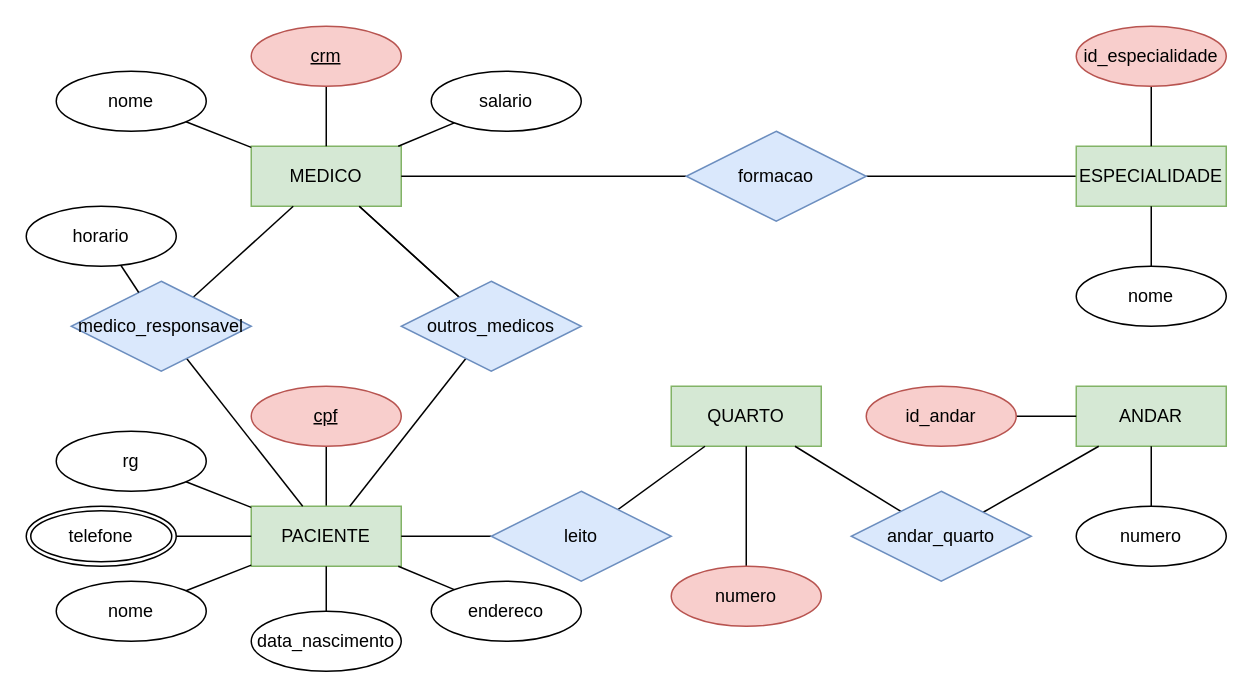
This is ac1-minimundo-clinica.drawio from AristoEinstein/db-fundamentals, a draw.io file, before an edit. Source tidied: cells renumbered, new cells numbered last; positions are measured from the earlier drawing's top-left corner, leaving out a move shared by most shapes. Both pictures are drawn from the tidied source at 150%, with x=0, y=0 at pixel (26, 26).
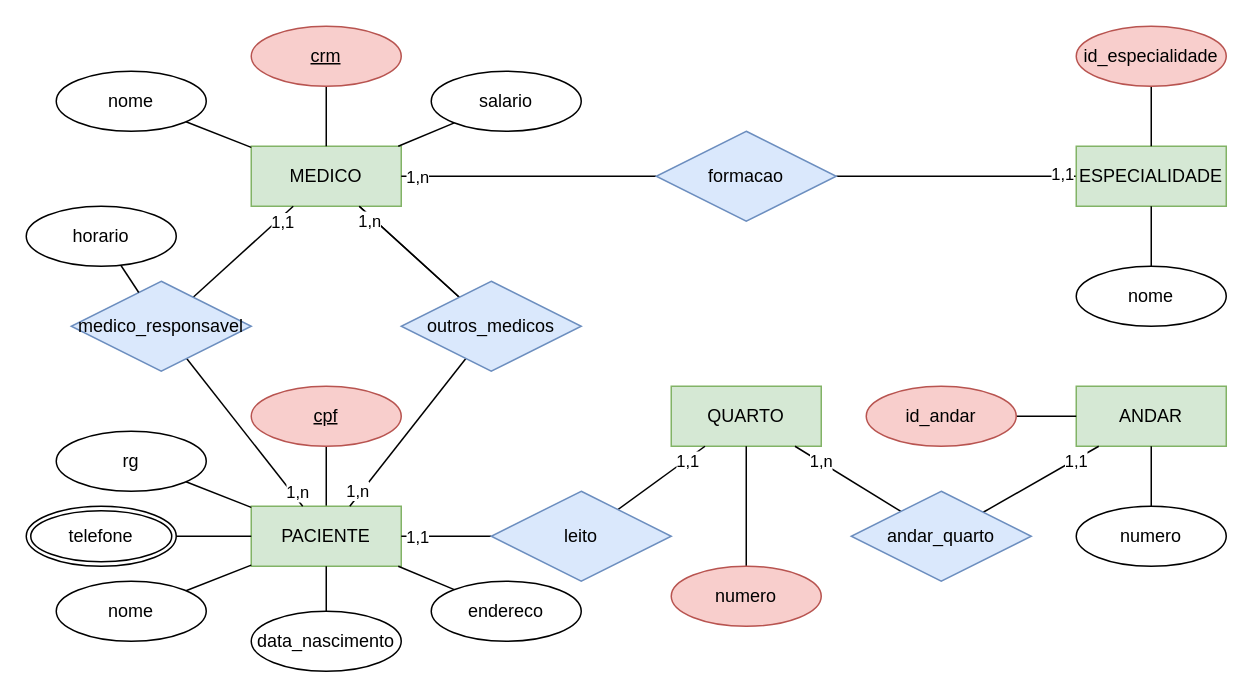
The same diagram, later.

Commit message:
NÃO ALTERO MAIS ISSO.drawio

The change refers to these unchanged cells:
```xml
<mxCell id="2" value="MEDICO" style="whiteSpace=wrap;html=1;align=center;fillColor=#d5e8d4;strokeColor=#82b366;" parent="1" vertex="1">
  <mxGeometry x="150" y="80" width="100" height="40" as="geometry" />
</mxCell>
<mxCell id="19" style="edgeStyle=none;rounded=0;jettySize=auto;html=1;startArrow=none;startFill=0;endArrow=none;endFill=0;" parent="1" edge="1" source="20" target="25">
  <mxGeometry relative="1" as="geometry" />
</mxCell>
<mxCell id="26" style="edgeStyle=none;rounded=0;jettySize=auto;html=1;startArrow=none;startFill=0;endArrow=none;endFill=0;" parent="1" edge="1" source="28" target="4">
  <mxGeometry relative="1" as="geometry" />
</mxCell>
<mxCell id="27" style="edgeStyle=none;rounded=0;jettySize=auto;html=1;startArrow=none;startFill=0;endArrow=none;endFill=0;" parent="1" edge="1" source="28" target="2">
  <mxGeometry relative="1" as="geometry" />
</mxCell>
<mxCell id="29" style="edgeStyle=none;rounded=0;jettySize=auto;html=1;startArrow=none;startFill=0;endArrow=none;endFill=0;" parent="1" edge="1" source="44" target="4">
  <mxGeometry relative="1" as="geometry" />
</mxCell>
<mxCell id="30" style="edgeStyle=none;rounded=0;jettySize=auto;html=1;startArrow=none;startFill=0;endArrow=none;endFill=0;" parent="1" edge="1" source="44" target="2">
  <mxGeometry relative="1" as="geometry" />
</mxCell>
<mxCell id="34" style="edgeStyle=none;rounded=0;jettySize=auto;html=1;startArrow=none;startFill=0;endArrow=none;endFill=0;" parent="1" edge="1" source="36" target="33">
  <mxGeometry relative="1" as="geometry" />
</mxCell>
<mxCell id="35" style="edgeStyle=none;rounded=0;jettySize=auto;html=1;startArrow=none;startFill=0;endArrow=none;endFill=0;" parent="1" edge="1" source="36" target="23">
  <mxGeometry relative="1" as="geometry" />
</mxCell>
<mxCell id="39" style="edgeStyle=none;rounded=0;jettySize=auto;html=1;startArrow=none;startFill=0;endArrow=none;endFill=0;" parent="1" edge="1" source="41" target="4">
  <mxGeometry relative="1" as="geometry" />
</mxCell>
<mxCell id="40" style="edgeStyle=none;rounded=0;jettySize=auto;html=1;startArrow=none;startFill=0;endArrow=none;endFill=0;" parent="1" edge="1" source="41" target="23">
  <mxGeometry relative="1" as="geometry" />
</mxCell>
```

The edit, as a diff of the source:
```diff
@@
+    <mxCell id="54" value="1,1" style="edgeLabel;html=1;align=center;verticalAlign=middle;fontFamily=Helvetica;" parent="19" vertex="1">
+      <mxGeometry x="-0.87" y="-2" relative="1" as="geometry" />
+    </mxCell>
@@
-    <mxCell id="24" style="edgeStyle=none;rounded=0;jettySize=auto;html=1;startArrow=none;startFill=0;endArrow=none;endFill=0;" parent="1" edge="1" source="25" target="2">
+    <mxCell id="24" style="edgeStyle=none;rounded=0;jettySize=auto;html=1;startArrow=none;startFill=0;endArrow=none;endFill=0;fontFamily=Helvetica;" parent="1" edge="1" source="25" target="2">
       <mxGeometry relative="1" as="geometry" />
     </mxCell>
+    <mxCell id="55" value="1,n" style="edgeLabel;html=1;align=center;verticalAlign=middle;fontFamily=Helvetica;" parent="24" vertex="1">
+      <mxGeometry x="0.92" relative="1" as="geometry">
+        <mxPoint x="3" as="offset" />
+      </mxGeometry>
+    </mxCell>
     <mxCell id="25" value="formacao" style="shape=rhombus;perimeter=rhombusPerimeter;whiteSpace=wrap;html=1;align=center;fillColor=#dae8fc;strokeColor=#6c8ebf;" parent="1" vertex="1">
-      <mxGeometry x="440" y="70" width="120" height="60" as="geometry" />
+      <mxGeometry x="420" y="70" width="120" height="60" as="geometry" />
     </mxCell>
@@
+    <mxCell id="56" value="1,n" style="edgeLabel;html=1;align=center;verticalAlign=middle;fontFamily=Helvetica;" parent="26" vertex="1">
+      <mxGeometry x="0.9" relative="1" as="geometry">
+        <mxPoint y="-5" as="offset" />
+      </mxGeometry>
+    </mxCell>
@@
+    <mxCell id="57" value="1,1" style="edgeLabel;html=1;align=center;verticalAlign=middle;fontFamily=Helvetica;" parent="27" vertex="1">
+      <mxGeometry x="0.52" relative="1" as="geometry">
+        <mxPoint x="8" y="-4" as="offset" />
+      </mxGeometry>
+    </mxCell>
@@
+    <mxCell id="58" value="1,n" style="edgeLabel;html=1;align=center;verticalAlign=middle;fontFamily=Helvetica;" parent="29" vertex="1">
+      <mxGeometry x="0.89" relative="1" as="geometry">
+        <mxPoint y="-5" as="offset" />
+      </mxGeometry>
+    </mxCell>
@@
+    <mxCell id="59" value="1,n" style="edgeLabel;html=1;align=center;verticalAlign=middle;fontFamily=Helvetica;" parent="30" vertex="1">
+      <mxGeometry x="0.78" y="1" relative="1" as="geometry">
+        <mxPoint y="2" as="offset" />
+      </mxGeometry>
+    </mxCell>
@@
+    <mxCell id="60" value="1,1" style="edgeLabel;html=1;align=center;verticalAlign=middle;fontFamily=Helvetica;" parent="34" vertex="1">
+      <mxGeometry x="0.74" relative="1" as="geometry">
+        <mxPoint x="-5" y="4" as="offset" />
+      </mxGeometry>
+    </mxCell>
@@
+    <mxCell id="61" value="1,n" style="edgeLabel;html=1;align=center;verticalAlign=middle;fontFamily=Helvetica;" parent="35" vertex="1">
+      <mxGeometry x="0.68" y="1" relative="1" as="geometry">
+        <mxPoint x="7" y="2" as="offset" />
+      </mxGeometry>
+    </mxCell>
@@
+    <mxCell id="62" value="1,1" style="edgeLabel;html=1;align=center;verticalAlign=middle;fontFamily=Helvetica;" parent="39" vertex="1">
+      <mxGeometry x="0.71" y="1" relative="1" as="geometry">
+        <mxPoint x="1" y="-1" as="offset" />
+      </mxGeometry>
+    </mxCell>
@@
+    <mxCell id="63" value="1,1" style="edgeLabel;html=1;align=center;verticalAlign=middle;fontFamily=Helvetica;" parent="40" vertex="1">
+      <mxGeometry x="0.64" relative="1" as="geometry">
+        <mxPoint x="-2" y="2" as="offset" />
+      </mxGeometry>
+    </mxCell>
```
